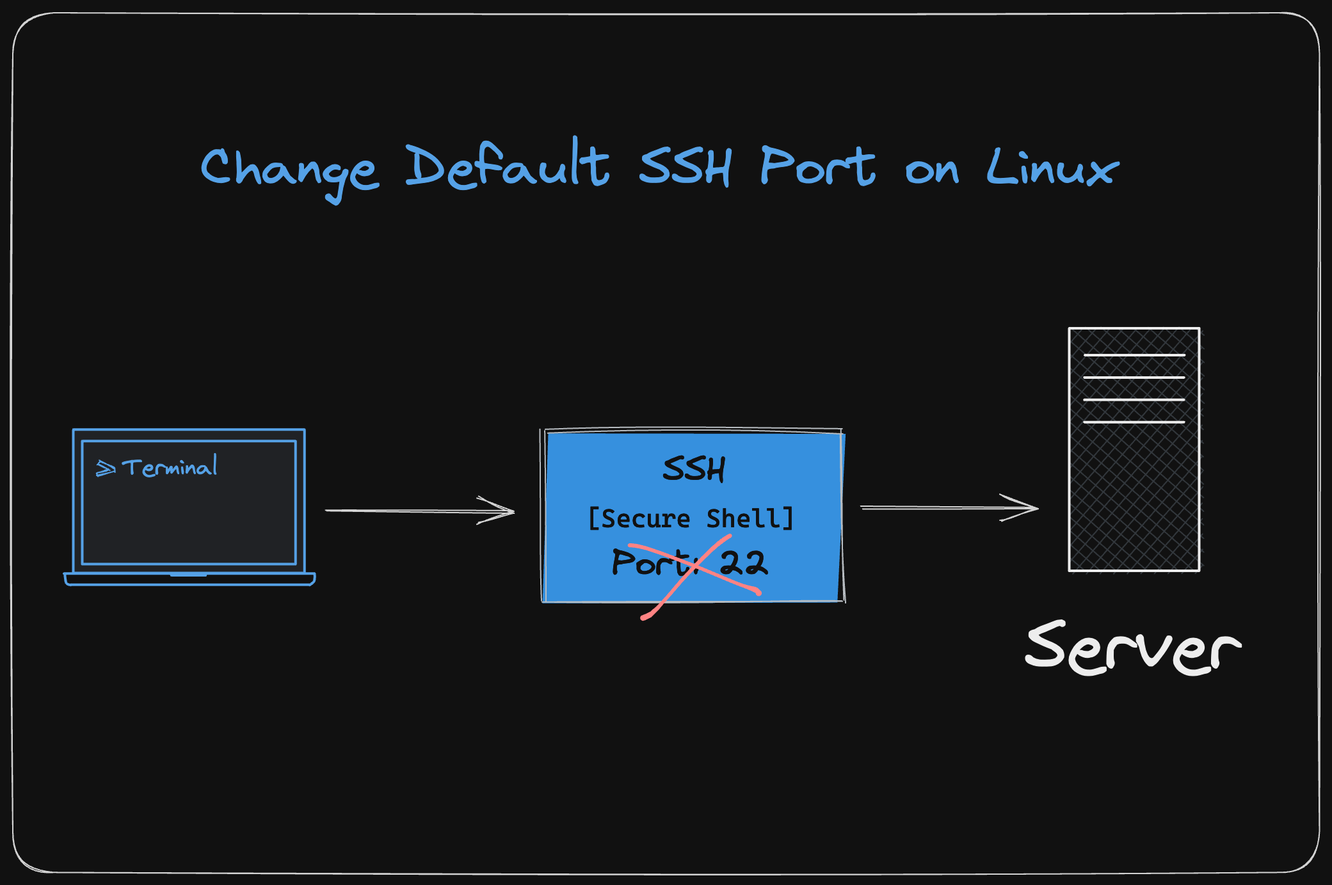
The Excalidraw diagram security/change-default-ssh-port-linux/images/change-default-ssh-port-linux.png in numerica-ideas/community, before a commit. Source tidied: one line per element, renumbered; positions are measured from the earlier drawing's top-left corner, leaving out a move shared by most shapes.
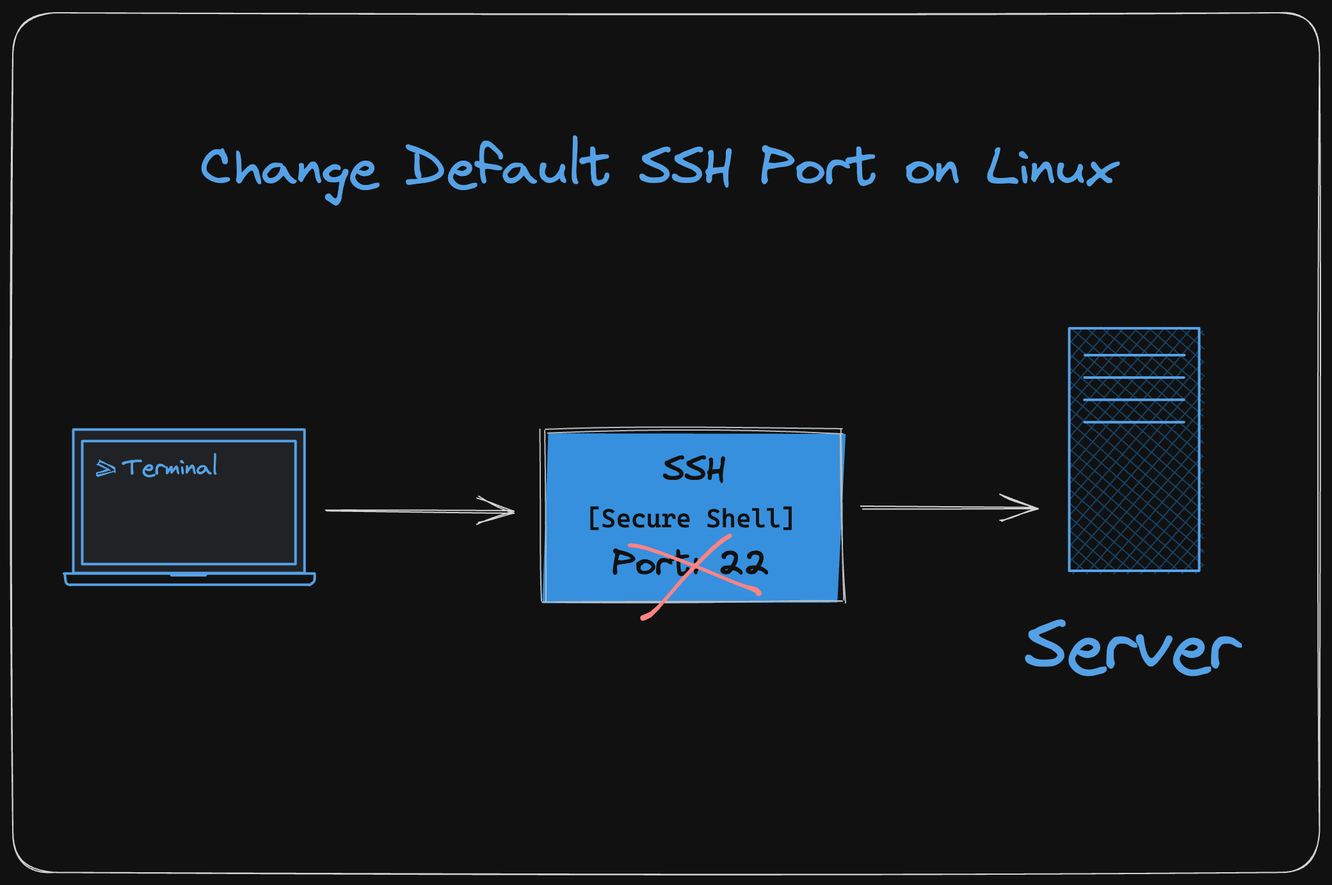
Above is the later version.

What changed in the source:
```diff
@@ -1,10 +1,10 @@
 {"id": 0, "type": "rectangle", "strokeColor": "#1e1e1e", "strokeWidth": 1, "roughness": 1, "round": true, "x": 0, "y": 0, "width": 1021, "height": 672}
-{"id": 1, "type": "rectangle", "strokeColor": "#000000", "backgroundColor": "#ced4da", "fillStyle": "cross-hatch", "strokeWidth": 2, "roughness": 0, "x": 825, "y": 247, "width": 102, "height": 190}
+{"id": 1, "type": "rectangle", "strokeColor": "#1971c2", "backgroundColor": "#a5d8ff", "fillStyle": "cross-hatch", "strokeWidth": 2, "roughness": 0, "x": 825, "y": 247, "width": 102, "height": 190}
-{"id": 2, "type": "text", "text": "Server", "strokeColor": "#000000", "strokeWidth": 1, "roughness": 1, "fontSize": 54.49, "fontFamily": 1, "x": 790, "y": 463, "width": 168, "height": 68}
+{"id": 2, "type": "text", "text": "Server", "strokeColor": "#1971c2", "backgroundColor": "#a5d8ff", "fillStyle": "cross-hatch", "strokeWidth": 1, "roughness": 1, "fontSize": 54.49, "fontFamily": 1, "x": 790, "y": 463, "width": 168, "height": 68}
-{"id": 3, "type": "line", "strokeColor": "#000000", "backgroundColor": "#ced4da", "fillStyle": "cross-hatch", "strokeWidth": 2, "roughness": 0, "round": true, "x": 837, "y": 267, "width": 78, "height": 0, "points": [[0, 0], [78, 0]]}
+{"id": 3, "type": "line", "strokeColor": "#1971c2", "backgroundColor": "#a5d8ff", "fillStyle": "cross-hatch", "strokeWidth": 2, "roughness": 0, "round": true, "x": 837, "y": 267, "width": 78, "height": 0, "points": [[0, 0], [78, 0]]}
-{"id": 4, "type": "line", "strokeColor": "#000000", "backgroundColor": "#ced4da", "fillStyle": "cross-hatch", "strokeWidth": 2, "roughness": 0, "round": true, "x": 837, "y": 285, "width": 78, "height": 0, "points": [[0, 0], [78, 0]]}
+{"id": 4, "type": "line", "strokeColor": "#1971c2", "backgroundColor": "#a5d8ff", "fillStyle": "cross-hatch", "strokeWidth": 2, "roughness": 0, "round": true, "x": 837, "y": 285, "width": 78, "height": 0, "points": [[0, 0], [78, 0]]}
-{"id": 5, "type": "line", "strokeColor": "#000000", "backgroundColor": "#ced4da", "fillStyle": "cross-hatch", "strokeWidth": 2, "roughness": 0, "round": true, "x": 837, "y": 302, "width": 78, "height": 0, "points": [[0, 0], [78, 0]]}
+{"id": 5, "type": "line", "strokeColor": "#1971c2", "backgroundColor": "#a5d8ff", "fillStyle": "cross-hatch", "strokeWidth": 2, "roughness": 0, "round": true, "x": 837, "y": 302, "width": 78, "height": 0, "points": [[0, 0], [78, 0]]}
-{"id": 6, "type": "line", "strokeColor": "#000000", "backgroundColor": "#ced4da", "fillStyle": "cross-hatch", "strokeWidth": 2, "roughness": 0, "round": true, "x": 837, "y": 320, "width": 78, "height": 0, "points": [[0, 0], [78, 0]]}
+{"id": 6, "type": "line", "strokeColor": "#1971c2", "backgroundColor": "#a5d8ff", "fillStyle": "cross-hatch", "strokeWidth": 2, "roughness": 0, "round": true, "x": 837, "y": 320, "width": 78, "height": 0, "points": [[0, 0], [78, 0]]}
 {"id": 7, "type": "rectangle", "strokeColor": "#1971c2", "backgroundColor": "#e9ecef", "fillStyle": "solid", "strokeWidth": 2, "roughness": 0, "x": 47, "y": 326, "width": 181, "height": 112}
 {"id": 8, "type": "rectangle", "strokeColor": "#1971c2", "backgroundColor": "#e9ecef", "fillStyle": "solid", "strokeWidth": 2, "roughness": 0, "x": 54, "y": 335, "width": 167, "height": 96}
 {"id": 9, "type": "line", "strokeColor": "#1971c2", "backgroundColor": "#e9ecef", "fillStyle": "solid", "strokeWidth": 2, "roughness": 0, "x": 40, "y": 438, "width": 196, "height": 0, "points": [[0, 0], [196, 0]]}
```
